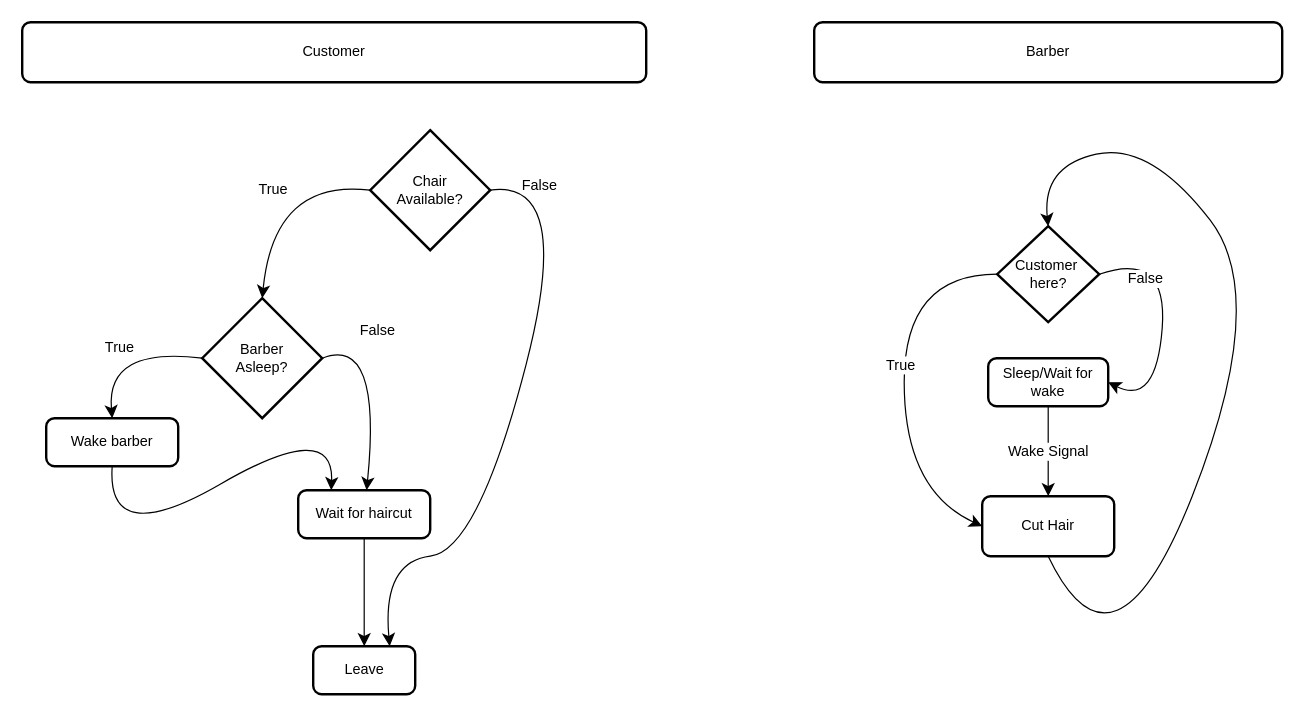
Earlier version of the draw.io diagram SleepingBarber.drawio (mPyle05/DistributedOperatingSystems). Source tidied: cells renumbered, new cells numbered last; positions are measured from the earlier drawing's top-left corner, leaving out a move shared by most shapes. Both pictures are drawn from the tidied source at 120%, with x=0, y=0 at pixel (22, 22).
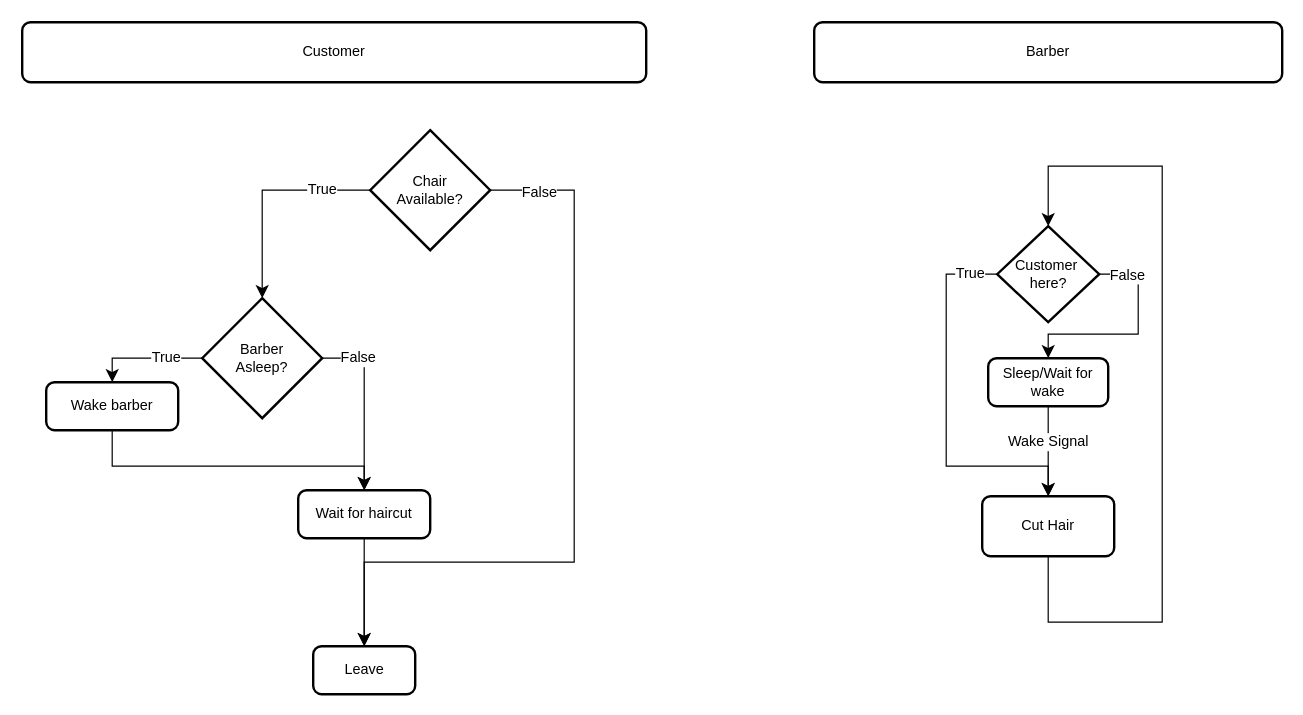
After the change.

Commit message:
make rounded lines sharp

Unchanged cells that the change refers to:
```xml
<mxCell id="3" value="Cut Hair" style="rounded=1;whiteSpace=wrap;html=1;absoluteArcSize=1;arcSize=14;strokeWidth=2;" parent="1" vertex="1">
  <mxGeometry x="800" y="395" width="110" height="50" as="geometry" />
</mxCell>
<mxCell id="6" value="&lt;div&gt;Customer&amp;nbsp;&lt;/div&gt;&lt;div&gt;here?&lt;/div&gt;" style="strokeWidth=2;html=1;shape=mxgraph.flowchart.decision;whiteSpace=wrap;" parent="1" vertex="1">
  <mxGeometry x="812.5" y="170" width="85" height="80" as="geometry" />
</mxCell>
<mxCell id="9" value="Sleep/Wait for wake" style="rounded=1;whiteSpace=wrap;html=1;absoluteArcSize=1;arcSize=14;strokeWidth=2;" parent="1" vertex="1">
  <mxGeometry x="805" y="280" width="100" height="40" as="geometry" />
</mxCell>
<mxCell id="12" value="&lt;div&gt;Chair&lt;/div&gt;&lt;div&gt;Available?&lt;/div&gt;" style="strokeWidth=2;html=1;shape=mxgraph.flowchart.decision;whiteSpace=wrap;" parent="1" vertex="1">
  <mxGeometry x="290" y="90" width="100" height="100" as="geometry" />
</mxCell>
<mxCell id="14" value="Leave" style="rounded=1;whiteSpace=wrap;html=1;absoluteArcSize=1;arcSize=14;strokeWidth=2;" parent="1" vertex="1">
  <mxGeometry x="242.5" y="520" width="85" height="40" as="geometry" />
</mxCell>
<mxCell id="17" value="&lt;div&gt;Barber&lt;/div&gt;&lt;div&gt;Asleep?&lt;/div&gt;" style="strokeWidth=2;html=1;shape=mxgraph.flowchart.decision;whiteSpace=wrap;" parent="1" vertex="1">
  <mxGeometry x="150" y="230" width="100" height="100" as="geometry" />
</mxCell>
<mxCell id="20" value="Wait for haircut" style="rounded=1;whiteSpace=wrap;html=1;absoluteArcSize=1;arcSize=14;strokeWidth=2;" parent="1" vertex="1">
  <mxGeometry x="230" y="390" width="110" height="40" as="geometry" />
</mxCell>
```

Change to the diagram source:
```diff
@@
-    <mxCell id="4" style="edgeStyle=none;curved=1;rounded=0;curveGeometry=1;jettySize=auto;html=1;exitX=1;exitY=0.5;exitDx=0;exitDy=0;exitPerimeter=0;fontSize=12;defaultLabelBackgroundColor=page;startSize=8;endSize=8;startArrow=none;startFill=0;entryX=1;entryY=0.5;entryDx=0;entryDy=0;" parent="1" edge="1" source="6" target="9">
-      <mxGeometry x="0.06" relative="1" as="geometry">
+    <mxCell id="4" style="edgeStyle=none;curved=0;rounded=0;jettySize=auto;html=1;exitX=1;exitY=0.5;exitDx=0;exitDy=0;exitPerimeter=0;fontSize=12;defaultLabelBackgroundColor=page;startSize=8;endSize=8;startArrow=none;startFill=0;entryX=0.5;entryY=0;entryDx=0;entryDy=0;" parent="1" edge="1" source="6" target="9">
+      <mxGeometry x="-0.17" relative="1" as="geometry">
         <Array as="points">
-          <mxPoint x="955" y="190" />
-          <mxPoint x="945" y="320" />
+          <mxPoint x="930" y="210" />
+          <mxPoint x="930" y="260" />
+          <mxPoint x="855" y="260" />
         </Array>
       </mxGeometry>
     </mxCell>
     <mxCell id="5" value="&lt;div&gt;False&lt;/div&gt;" style="edgeLabel;html=1;align=center;verticalAlign=middle;inheritText=1;fontSize=12;defaultLabelBackgroundColor=page;" parent="4" vertex="1">
-      <mxGeometry x="0.24" relative="1" as="geometry">
-        <mxPoint x="-13" y="-61" as="offset" />
+      <mxGeometry x="-0.01" relative="1" as="geometry">
+        <mxPoint x="-4" y="-50" as="offset" />
       </mxGeometry>
     </mxCell>
@@
-    <mxCell id="7" value="&lt;div&gt;True&lt;/div&gt;" style="endArrow=classic;html=1;rounded=0;fontSize=12;defaultLabelBackgroundColor=page;startSize=8;endSize=8;curved=1;entryX=0;entryY=0.5;entryDx=0;entryDy=0;exitX=0;exitY=0.5;exitDx=0;exitDy=0;exitPerimeter=0;" parent="1" edge="1" source="6" target="3">
-      <mxGeometry x="-0.07" y="-3.43" relative="1" as="geometry">
+    <mxCell id="7" value="&lt;div&gt;True&lt;/div&gt;" style="endArrow=classic;html=1;rounded=0;fontSize=12;defaultLabelBackgroundColor=page;startSize=8;endSize=8;curved=0;entryX=0.5;entryY=0;entryDx=0;entryDy=0;exitX=0;exitY=0.5;exitDx=0;exitDy=0;exitPerimeter=0;" parent="1" edge="1" source="6" target="3">
+      <mxGeometry x="-0.86" relative="1" as="geometry">
         <Array as="points">
-          <mxPoint x="735" y="210" />
-          <mxPoint x="735" y="390" />
+          <mxPoint x="770" y="210" />
+          <mxPoint x="770" y="370" />
+          <mxPoint x="855" y="370" />
         </Array>
+        <mxPoint x="-1" as="offset" />
       </mxGeometry>
     </mxCell>
     <mxCell id="8" value="Wake Signal" style="edgeStyle=none;curved=1;rounded=0;curveGeometry=1;jettySize=auto;html=1;fontSize=12;defaultLabelBackgroundColor=page;startSize=8;endSize=8;" parent="1" edge="1" source="9" target="3">
-      <mxGeometry relative="1" as="geometry" />
+      <mxGeometry x="-0.2" relative="1" as="geometry" />
     </mxCell>
@@
-    <mxCell id="11" value="False" style="edgeStyle=none;curved=1;rounded=0;curveGeometry=1;jettySize=auto;html=1;fontSize=12;defaultLabelBackgroundColor=page;startSize=8;endSize=8;entryX=0.75;entryY=0;entryDx=0;entryDy=0;exitX=1;exitY=0.5;exitDx=0;exitDy=0;exitPerimeter=0;" parent="1" edge="1" source="12" target="14">
-      <mxGeometry x="-0.85" y="-2" relative="1" as="geometry">
+    <mxCell id="11" value="False" style="edgeStyle=none;curved=0;rounded=0;jettySize=auto;html=1;fontSize=12;defaultLabelBackgroundColor=page;startSize=8;endSize=8;entryX=0.5;entryY=0;entryDx=0;entryDy=0;exitX=1;exitY=0.5;exitDx=0;exitDy=0;exitPerimeter=0;strokeColor=default;" parent="1" edge="1" source="12" target="14">
+      <mxGeometry x="-0.87" y="-2" relative="1" as="geometry">
         <Array as="points">
-          <mxPoint x="460" y="130" />
-          <mxPoint x="380" y="440" />
-          <mxPoint x="300" y="450" />
+          <mxPoint x="460" y="140" />
+          <mxPoint x="460" y="450" />
+          <mxPoint x="285" y="450" />
         </Array>
       </mxGeometry>
     </mxCell>
@@
-    <mxCell id="13" style="edgeStyle=none;curved=1;rounded=0;curveGeometry=1;jettySize=auto;html=1;exitX=0.5;exitY=1;exitDx=0;exitDy=0;entryX=0.5;entryY=0;entryDx=0;entryDy=0;entryPerimeter=0;fontSize=12;defaultLabelBackgroundColor=page;startSize=8;endSize=8;" parent="1" edge="1" source="3" target="6">
-      <mxGeometry x="-0.15" relative="1" as="geometry">
+    <mxCell id="13" style="edgeStyle=none;curved=0;rounded=0;jettySize=auto;html=1;exitX=0.5;exitY=1;exitDx=0;exitDy=0;entryX=0.5;entryY=0;entryDx=0;entryDy=0;entryPerimeter=0;fontSize=12;defaultLabelBackgroundColor=page;startSize=8;endSize=8;" parent="1" edge="1" source="3" target="6">
+      <mxGeometry x="-0.14" relative="1" as="geometry">
         <Array as="points">
-          <mxPoint x="910" y="560" />
-          <mxPoint x="1040" y="230" />
-          <mxPoint x="940" y="100" />
-          <mxPoint x="850" y="120" />
+          <mxPoint x="855" y="500" />
+          <mxPoint x="950" y="500" />
+          <mxPoint x="950" y="120" />
+          <mxPoint x="855" y="120" />
         </Array>
       </mxGeometry>
     </mxCell>
@@
-    <mxCell id="15" value="False" style="edgeStyle=none;curved=1;rounded=0;curveGeometry=1;jettySize=auto;html=1;fontSize=12;defaultLabelBackgroundColor=page;startSize=8;endSize=8;exitX=1;exitY=0.5;exitDx=0;exitDy=0;exitPerimeter=0;" parent="1" edge="1" source="17" target="20">
-      <mxGeometry x="-0.45" y="4" relative="1" as="geometry">
+    <mxCell id="15" value="False" style="edgeStyle=none;curved=0;rounded=0;jettySize=auto;html=1;fontSize=12;defaultLabelBackgroundColor=page;startSize=8;endSize=8;exitX=1;exitY=0.5;exitDx=0;exitDy=0;exitPerimeter=0;" parent="1" edge="1" source="17" target="20">
+      <mxGeometry x="-0.59" relative="1" as="geometry">
         <Array as="points">
-          <mxPoint x="300" y="260" />
+          <mxPoint x="285" y="280" />
         </Array>
       </mxGeometry>
     </mxCell>
-    <mxCell id="16" value="True" style="edgeStyle=none;curved=1;rounded=0;curveGeometry=1;jettySize=auto;html=1;exitX=0;exitY=0.5;exitDx=0;exitDy=0;exitPerimeter=0;entryX=0.5;entryY=0;entryDx=0;entryDy=0;fontSize=12;defaultLabelBackgroundColor=page;startSize=8;endSize=8;" parent="1" edge="1" source="17" target="22">
-      <mxGeometry relative="1" as="geometry">
+    <mxCell id="16" value="True" style="edgeStyle=none;curved=0;rounded=0;jettySize=auto;html=1;exitX=0;exitY=0.5;exitDx=0;exitDy=0;exitPerimeter=0;entryX=0.5;entryY=0;entryDx=0;entryDy=0;fontSize=12;defaultLabelBackgroundColor=page;startSize=8;endSize=8;" parent="1" edge="1" source="17" target="22">
+      <mxGeometry x="-0.37" relative="1" as="geometry">
         <Array as="points">
-          <mxPoint x="70" y="270" />
+          <mxPoint x="75" y="280" />
         </Array>
       </mxGeometry>
     </mxCell>
@@
-    <mxCell id="18" value="True" style="edgeStyle=none;curved=1;rounded=0;curveGeometry=1;jettySize=auto;html=1;exitX=0;exitY=0.5;exitDx=0;exitDy=0;exitPerimeter=0;entryX=0.5;entryY=0;entryDx=0;entryDy=0;entryPerimeter=0;fontSize=12;defaultLabelBackgroundColor=page;startSize=8;endSize=8;" parent="1" edge="1" source="12" target="17">
-      <mxGeometry relative="1" as="geometry">
+    <mxCell id="18" value="True" style="edgeStyle=none;curved=0;rounded=0;jettySize=auto;html=1;exitX=0;exitY=0.5;exitDx=0;exitDy=0;exitPerimeter=0;entryX=0.5;entryY=0;entryDx=0;entryDy=0;entryPerimeter=0;fontSize=12;defaultLabelBackgroundColor=page;startSize=8;endSize=8;" parent="1" edge="1" source="12" target="17">
+      <mxGeometry x="-0.56" relative="1" as="geometry">
         <Array as="points">
-          <mxPoint x="210" y="130" />
+          <mxPoint x="200" y="140" />
         </Array>
       </mxGeometry>
     </mxCell>
@@
-    <mxCell id="21" style="edgeStyle=none;curved=1;rounded=0;curveGeometry=1;jettySize=auto;html=1;entryX=0.25;entryY=0;entryDx=0;entryDy=0;fontSize=12;defaultLabelBackgroundColor=page;startSize=8;endSize=8;exitX=0.5;exitY=1;exitDx=0;exitDy=0;" parent="1" edge="1" source="22" target="20">
-      <mxGeometry relative="1" as="geometry">
+    <mxCell id="21" style="edgeStyle=none;curved=0;rounded=0;jettySize=auto;html=1;entryX=0.5;entryY=0;entryDx=0;entryDy=0;fontSize=12;defaultLabelBackgroundColor=page;startSize=8;endSize=8;exitX=0.5;exitY=1;exitDx=0;exitDy=0;" parent="1" edge="1" source="22" target="20">
+      <mxGeometry x="0.08" relative="1" as="geometry">
         <Array as="points">
-          <mxPoint x="70" y="440" />
-          <mxPoint x="260" y="330" />
+          <mxPoint x="75" y="370" />
+          <mxPoint x="190" y="370" />
+          <mxPoint x="285" y="370" />
         </Array>
       </mxGeometry>
     </mxCell>
     <mxCell id="22" value="Wake barber" style="rounded=1;whiteSpace=wrap;html=1;absoluteArcSize=1;arcSize=14;strokeWidth=2;" parent="1" vertex="1">
-      <mxGeometry x="20" y="330" width="110" height="40" as="geometry" />
+      <mxGeometry x="20" y="300" width="110" height="40" as="geometry" />
     </mxCell>
```
